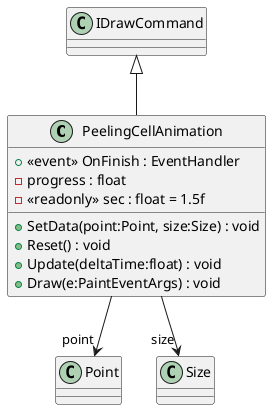
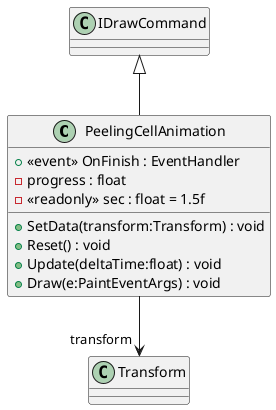
@startuml
class PeelingCellAnimation {
    +  <<event>> OnFinish : EventHandler
    - progress : float
    - <<readonly>> sec : float = 1.5f
-     + SetData(point:Point, size:Size) : void
+     + SetData(transform:Transform) : void
    + Reset() : void
    + Update(deltaTime:float) : void
    + Draw(e:PaintEventArgs) : void
}
IDrawCommand <|-- PeelingCellAnimation
- PeelingCellAnimation --> "point" Point
- PeelingCellAnimation --> "size" Size
+ PeelingCellAnimation --> "transform" Transform
@enduml
